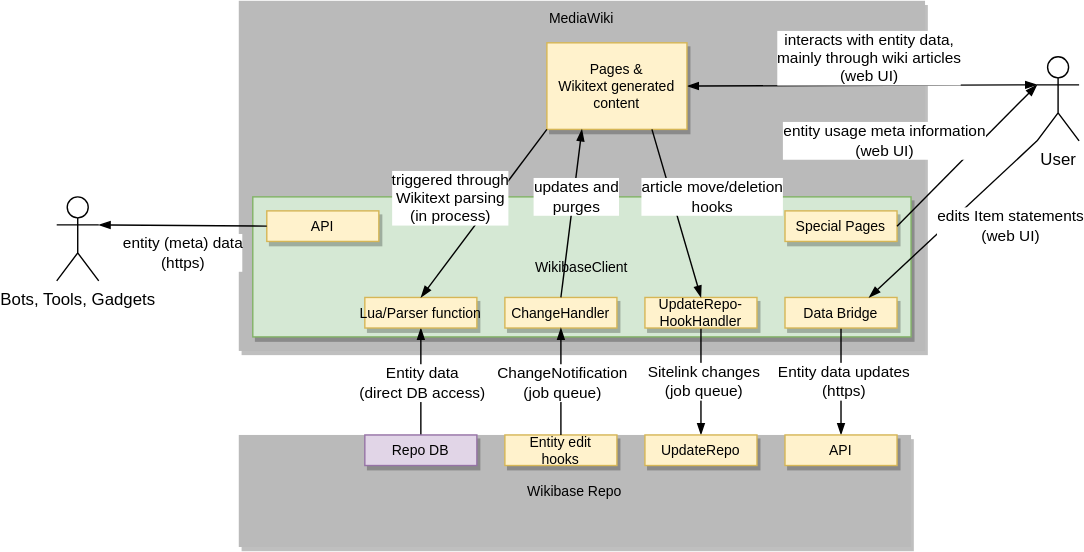
This is systems/WikibaseClient/diagrams/03-technical-context.drawio.svg from wmde/wikidata-wikibase-architecture, a draw.io export, as it was before one commit. Source tidied: cells renumbered, new cells last; positions are measured from the earlier drawing's top-left corner, leaving out a move shared by most shapes.
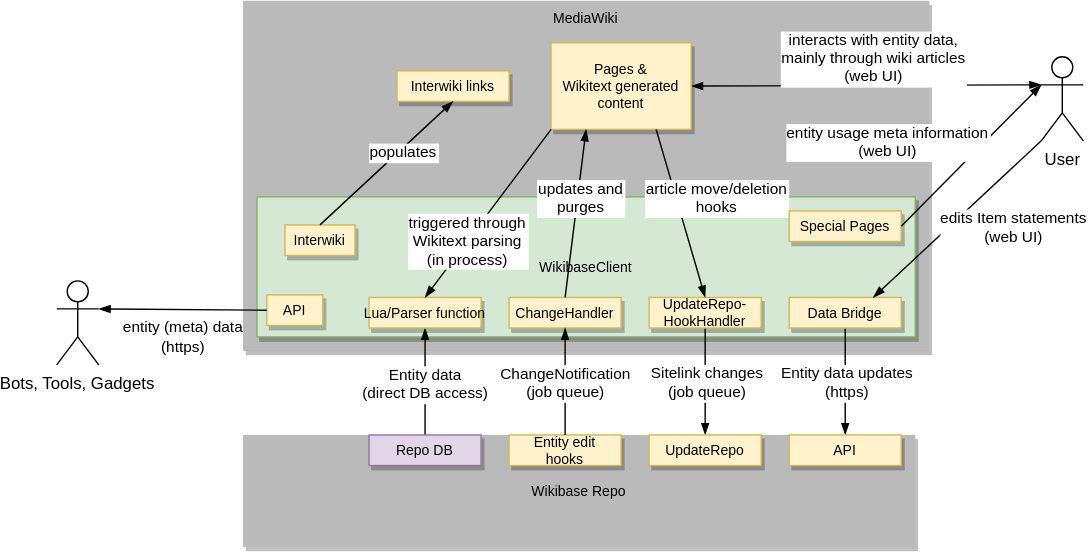
After the change.

Commit message:
Add maintenance script to new Interwiki building block (#63)

The edit, as a diff of the source:
```diff
@@ -11,7 +11,7 @@
     <mxCell id="4" style="endArrow=blockThin;strokeColor=#000000;fontSize=10;fontColor=#000000;strokeWidth=1;endFill=1;entryX=0;entryY=0.5;entryDx=0;entryDy=0;exitX=0;exitY=0.3333333333333333;exitDx=0;exitDy=0;exitPerimeter=0;startArrow=blockThin;startFill=1;" parent="1" edge="1" source="30" target="23">
       <mxGeometry relative="1" as="geometry" />
     </mxCell>
-    <mxCell id="5" value="interacts with&amp;nbsp;entity data,&lt;br&gt;mainly through wiki articles&lt;br&gt;(web UI)" style="edgeLabel;html=1;align=center;verticalAlign=middle;" parent="4" vertex="1">
+    <mxCell id="5" value="interacts with entity data,&#10;mainly through wiki articles&#10;(web UI)" style="edgeLabel;align=center;verticalAlign=middle;" parent="4" vertex="1">
       <mxGeometry x="0.24" y="-1" relative="1" as="geometry">
         <mxPoint x="35" y="-19.6" as="offset" />
       </mxGeometry>
@@ -19,18 +19,18 @@
     <mxCell id="6" value="WikibaseClient" style="rounded=0;shadow=1;fontSize=10;strokeColor=#82b366;direction=west;fillColor=#d5e8d4;" parent="1" vertex="1">
       <mxGeometry x="140" y="140" width="470" height="100" as="geometry" />
     </mxCell>
-    <mxCell id="7" style="rounded=0;jettySize=auto;html=1;endArrow=blockThin;endFill=1;exitX=0.5;exitY=0;exitDx=0;exitDy=0;" parent="1" edge="1" source="17" target="18">
+    <mxCell id="7" style="rounded=0;jettySize=auto;endArrow=blockThin;endFill=1;exitX=0.5;exitY=0;exitDx=0;exitDy=0;" parent="1" edge="1" source="17" target="18">
       <mxGeometry relative="1" as="geometry" />
     </mxCell>
-    <mxCell id="8" value="Sitelink changes&lt;br&gt;(job queue)" style="edgeLabel;html=1;align=center;verticalAlign=middle;" parent="7" vertex="1">
+    <mxCell id="8" value="Sitelink changes&#10;(job queue)" style="edgeLabel;align=center;verticalAlign=middle;" parent="7" vertex="1">
       <mxGeometry x="0.2" relative="1" as="geometry">
         <mxPoint x="1.2" y="-8" as="offset" />
       </mxGeometry>
     </mxCell>
-    <mxCell id="9" style="rounded=0;jettySize=auto;html=1;entryX=0.5;entryY=0.542;entryDx=0;entryDy=0;endArrow=none;endFill=0;startArrow=blockThin;startFill=1;strokeWidth=1;entryPerimeter=0;exitX=0.5;exitY=0;exitDx=0;exitDy=0;" parent="1" edge="1" source="15" target="16">
+    <mxCell id="9" style="rounded=0;jettySize=auto;entryX=0.5;entryY=0.542;entryDx=0;entryDy=0;endArrow=none;endFill=0;startArrow=blockThin;startFill=1;strokeWidth=1;entryPerimeter=0;exitX=0.5;exitY=0;exitDx=0;exitDy=0;" parent="1" edge="1" source="15" target="16">
       <mxGeometry relative="1" as="geometry" />
     </mxCell>
-    <mxCell id="10" value="Entity data&lt;br&gt;(direct DB access)" style="edgeLabel;html=1;align=center;verticalAlign=middle;" parent="9" vertex="1">
+    <mxCell id="10" value="Entity data&#10;(direct DB access)" style="edgeLabel;align=center;verticalAlign=middle;" parent="9" vertex="1">
       <mxGeometry x="0.14" y="-1" relative="1" as="geometry">
         <mxPoint x="1" y="-9.8" as="offset" />
       </mxGeometry>
@@ -38,7 +38,7 @@
     <mxCell id="11" style="rounded=0;jettySize=auto;html=1;endArrow=blockThin;endFill=1;entryX=0.5;entryY=1;entryDx=0;entryDy=0;exitX=0.5;exitY=0;exitDx=0;exitDy=0;" parent="1" edge="1" source="13" target="14">
       <mxGeometry relative="1" as="geometry" />
     </mxCell>
-    <mxCell id="12" value="Entity data updates&lt;br&gt;(https)" style="edgeLabel;html=1;align=center;verticalAlign=middle;" parent="11" vertex="1">
+    <mxCell id="12" value="Entity data updates&#10;(https)" style="edgeLabel;align=center;verticalAlign=middle;" parent="11" vertex="1">
       <mxGeometry x="0.2" relative="1" as="geometry">
         <mxPoint x="1.2" y="-8" as="offset" />
       </mxGeometry>
@@ -67,10 +67,10 @@
     <mxCell id="20" value="Entity edit&#10;hooks" style="rounded=0;shadow=1;fontSize=10;strokeColor=#d6b656;direction=west;fillColor=#fff2cc;" parent="1" vertex="1">
       <mxGeometry x="320" y="310" width="80" height="21.8" as="geometry" />
     </mxCell>
-    <mxCell id="21" style="rounded=0;jettySize=auto;html=1;endArrow=blockThin;endFill=1;entryX=0.5;entryY=0;entryDx=0;entryDy=0;exitX=0.5;exitY=1;exitDx=0;exitDy=0;" parent="1" edge="1" source="20" target="19">
+    <mxCell id="21" style="rounded=0;jettySize=auto;endArrow=blockThin;endFill=1;entryX=0.5;entryY=0;entryDx=0;entryDy=0;exitX=0.5;exitY=1;exitDx=0;exitDy=0;" parent="1" edge="1" source="20" target="19">
       <mxGeometry relative="1" as="geometry" />
     </mxCell>
-    <mxCell id="22" value="ChangeNotification&lt;br&gt;(job queue)" style="edgeLabel;html=1;align=center;verticalAlign=middle;" parent="21" vertex="1">
+    <mxCell id="22" value="ChangeNotification&#10;(job queue)" style="edgeLabel;align=center;verticalAlign=middle;" parent="21" vertex="1">
       <mxGeometry x="0.2" relative="1" as="geometry">
         <mxPoint x="0.1" y="8" as="offset" />
       </mxGeometry>
@@ -81,15 +81,15 @@
     <mxCell id="24" style="rounded=0;jettySize=auto;html=1;endArrow=blockThin;endFill=1;exitX=1;exitY=0;exitDx=0;exitDy=0;entryX=0.5;entryY=1;entryDx=0;entryDy=0;" parent="1" edge="1" source="23" target="15">
       <mxGeometry relative="1" as="geometry" />
     </mxCell>
-    <mxCell id="25" value="triggered through&lt;br&gt;Wikitext parsing&lt;br&gt;(in process)" style="edgeLabel;html=1;align=center;verticalAlign=middle;" parent="24" vertex="1">
+    <mxCell id="25" value="triggered through&#10;Wikitext parsing&#10;(in process)" style="edgeLabel;align=center;verticalAlign=middle;" parent="24" vertex="1">
       <mxGeometry x="0.2" relative="1" as="geometry">
-        <mxPoint x="-16" y="-23.8" as="offset" />
+        <mxPoint x="-6" y="7.1" as="offset" />
       </mxGeometry>
     </mxCell>
     <mxCell id="26" style="rounded=0;jettySize=auto;html=1;endArrow=blockThin;endFill=1;entryX=0.75;entryY=0;entryDx=0;entryDy=0;exitX=0.5;exitY=1;exitDx=0;exitDy=0;" parent="1" edge="1" source="19" target="23">
       <mxGeometry relative="1" as="geometry" />
     </mxCell>
-    <mxCell id="27" value="updates and&lt;br&gt;purges" style="edgeLabel;html=1;align=center;verticalAlign=middle;" parent="26" vertex="1">
+    <mxCell id="27" value="updates and&#10;purges" style="edgeLabel;align=center;verticalAlign=middle;" parent="26" vertex="1">
       <mxGeometry x="0.2" relative="1" as="geometry">
         <mxPoint x="1.9" y="0.4" as="offset" />
       </mxGeometry>
@@ -97,7 +97,7 @@
     <mxCell id="28" style="rounded=0;jettySize=auto;html=1;endArrow=blockThin;endFill=1;exitX=0.25;exitY=0;exitDx=0;exitDy=0;entryX=0.5;entryY=1;entryDx=0;entryDy=0;" parent="1" edge="1" source="23" target="17">
       <mxGeometry relative="1" as="geometry" />
     </mxCell>
-    <mxCell id="29" value="article move/deletion&lt;br&gt;hooks" style="edgeLabel;html=1;align=center;verticalAlign=middle;" parent="28" vertex="1">
+    <mxCell id="29" value="article move/deletion&#10;hooks" style="edgeLabel;align=center;verticalAlign=middle;" parent="28" vertex="1">
       <mxGeometry x="0.2" relative="1" as="geometry">
         <mxPoint x="21.9" y="-24.1" as="offset" />
       </mxGeometry>
@@ -108,7 +108,7 @@
     <mxCell id="31" style="endArrow=blockThin;strokeColor=#000000;fontSize=10;fontColor=#000000;strokeWidth=1;endFill=1;entryX=0.25;entryY=1;entryDx=0;entryDy=0;exitX=0;exitY=1;exitDx=0;exitDy=0;exitPerimeter=0;" parent="1" edge="1" source="30" target="13">
       <mxGeometry relative="1" as="geometry" />
     </mxCell>
-    <mxCell id="32" value="edits Item statements&lt;br&gt;(web UI)" style="edgeLabel;html=1;align=center;verticalAlign=middle;" parent="31" vertex="1">
+    <mxCell id="32" value="edits Item statements&#10;(web UI)" style="edgeLabel;align=center;verticalAlign=middle;" parent="31" vertex="1">
       <mxGeometry x="0.24" y="-1" relative="1" as="geometry">
         <mxPoint x="55.3" y="-7.9" as="offset" />
       </mxGeometry>
@@ -119,16 +119,16 @@
     <mxCell id="34" style="endArrow=blockThin;strokeColor=#000000;fontSize=10;fontColor=#000000;strokeWidth=1;endFill=1;entryX=0;entryY=0.3333333333333333;entryDx=0;entryDy=0;exitX=0;exitY=0.5;exitDx=0;exitDy=0;entryPerimeter=0;" parent="1" edge="1" source="33" target="30">
       <mxGeometry relative="1" as="geometry" />
     </mxCell>
-    <mxCell id="35" value="entity usage meta information&lt;br&gt;(web UI)" style="edgeLabel;html=1;align=center;verticalAlign=middle;" parent="34" vertex="1">
+    <mxCell id="35" value="entity usage meta information&#10;(web UI)" style="edgeLabel;align=center;verticalAlign=middle;" parent="34" vertex="1">
       <mxGeometry x="0.24" y="-1" relative="1" as="geometry">
         <mxPoint x="-72.6" y="0.9" as="offset" />
       </mxGeometry>
     </mxCell>
     <mxCell id="36" value="API" style="rounded=0;shadow=1;fontSize=10;strokeColor=#d6b656;direction=west;fillColor=#fff2cc;" parent="1" vertex="1">
-      <mxGeometry x="150" y="150" width="80" height="21.8" as="geometry" />
+      <mxGeometry x="147" y="210" width="40" height="21.8" as="geometry" />
     </mxCell>
-    <mxCell id="37" value="Bots, Tools, Gadgets" style="shape=umlActor;verticalLabelPosition=bottom;verticalAlign=top;html=1;outlineConnect=0;" parent="1" vertex="1">
-      <mxGeometry y="140" width="30" height="60" as="geometry" />
+    <mxCell id="37" value="Bots, Tools, Gadgets" style="shape=umlActor;verticalLabelPosition=bottom;verticalAlign=top;outlineConnect=0;" parent="1" vertex="1">
+      <mxGeometry x="-3" y="200" width="30" height="60" as="geometry" />
     </mxCell>
     <mxCell id="38" style="endArrow=blockThin;strokeColor=#000000;fontSize=10;fontColor=#000000;strokeWidth=1;endFill=1;entryX=1;entryY=0.3333333333333333;entryDx=0;entryDy=0;exitX=1;exitY=0.5;exitDx=0;exitDy=0;entryPerimeter=0;" parent="1" edge="1" source="36" target="37">
       <mxGeometry relative="1" as="geometry" />
@@ -138,5 +138,19 @@
         <mxPoint x="14" y="20.6" as="offset" />
       </mxGeometry>
     </mxCell>
+    <mxCell id="40" value="Interwiki" style="rounded=0;shadow=1;fontSize=10;strokeColor=#d6b656;direction=west;fillColor=#fff2cc;" parent="1" vertex="1">
+      <mxGeometry x="160" y="160" width="50" height="21.8" as="geometry" />
+    </mxCell>
+    <mxCell id="41" value="Interwiki links" style="rounded=0;shadow=1;fontSize=10;strokeColor=#d6b656;direction=west;fillColor=#fff2cc;" parent="1" vertex="1">
+      <mxGeometry x="240" y="50" width="80" height="21.8" as="geometry" />
+    </mxCell>
+    <mxCell id="42" style="rounded=0;jettySize=auto;endArrow=blockThin;endFill=1;entryX=0.5;entryY=0;entryDx=0;entryDy=0;exitX=0.5;exitY=1;exitDx=0;exitDy=0;" parent="1" edge="1" source="40" target="41">
+      <mxGeometry relative="1" as="geometry" />
+    </mxCell>
+    <mxCell id="43" value="populates" style="edgeLabel;align=center;verticalAlign=middle;" parent="42" vertex="1">
+      <mxGeometry x="0.2" relative="1" as="geometry">
+        <mxPoint x="1.9" y="0.4" as="offset" />
+      </mxGeometry>
+    </mxCell>
   </root>
 </mxGraphModel>
```
